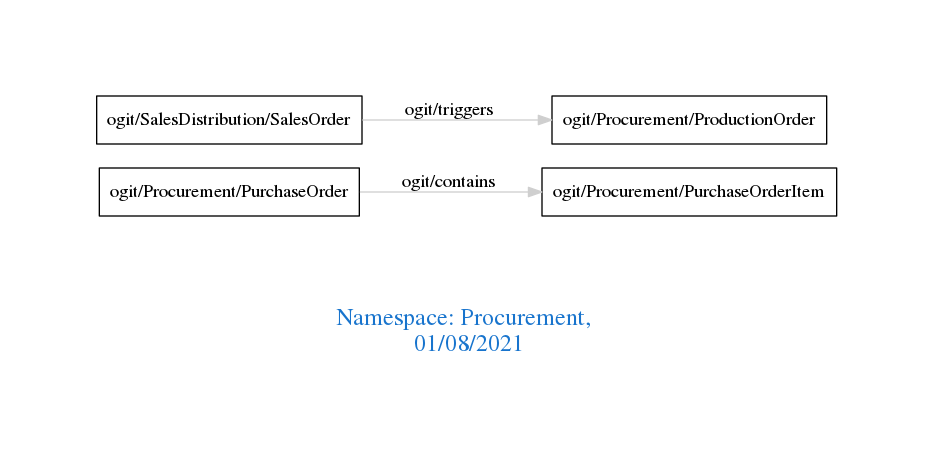
Before: downloads/Procurement.png, a diagram exported from Graphviz (arago/OGIT). Its source is kept beside it as downloads/Procurement.dot.
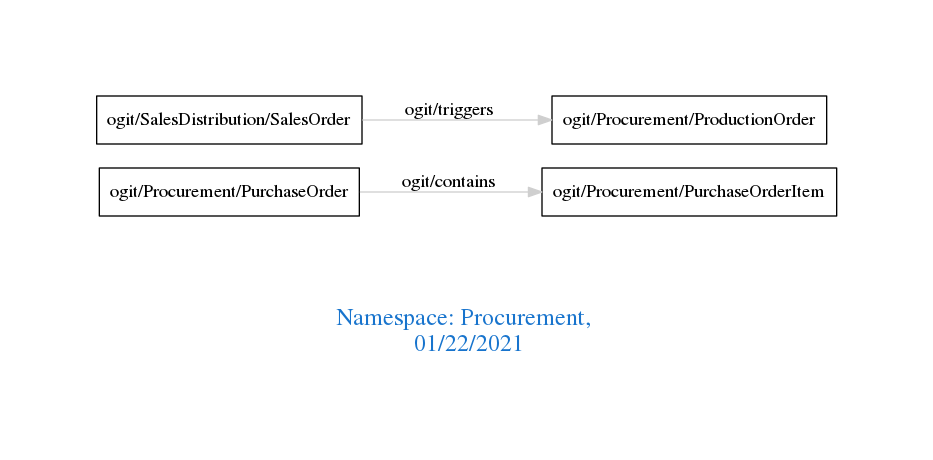
The same file after the commit.

The edit, as a diff of the source:
```diff
@@ -1,7 +1,7 @@
 digraph OGIT_ontology {
  graph [ rankdir= LR,pad=1
 fontsize = 18,
-fontcolor= dodgerblue3,label = "\n\n\nNamespace: Procurement, \n 01/08/2021"];
+fontcolor= dodgerblue3,label = "\n\n\nNamespace: Procurement, \n 01/22/2021"];
 node[shape=polygon];
 edge [  color="gray81"];
 
```
